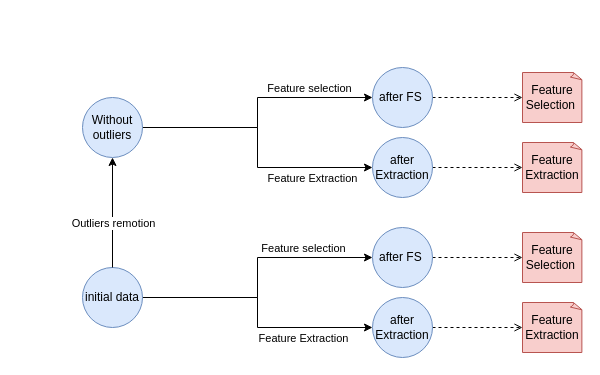
Before: dataset2/Clustering/ClusteringDataset2.drawio in filipesousaist/ds_project, a draw.io diagram. Source tidied: cells renumbered, new cells numbered last; positions are measured from the earlier drawing's top-left corner, leaving out a move shared by most shapes. Both pictures are drawn from the tidied source at 100%, with x=0, y=0 at pixel (82, 67).
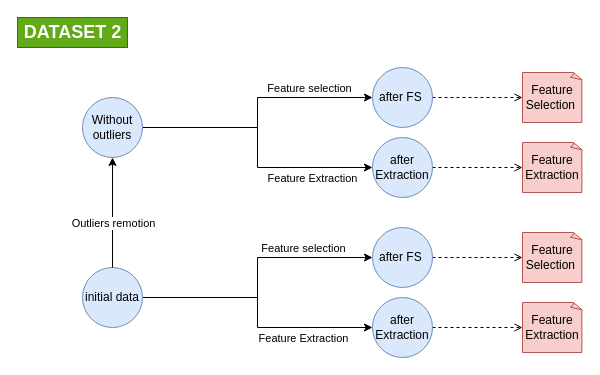
Above is the later version.

The edit, as a diff of the source:
```diff
@@
+    <mxCell id="26" value="DATASET 2" style="text;html=1;align=center;verticalAlign=middle;fontStyle=1;fillColor=#60a917;strokeColor=#2D7600;fontColor=#ffffff;fontSize=18;" parent="1" vertex="1">
+      <mxGeometry x="-65" y="-50" width="110" height="30" as="geometry" />
+    </mxCell>
```
